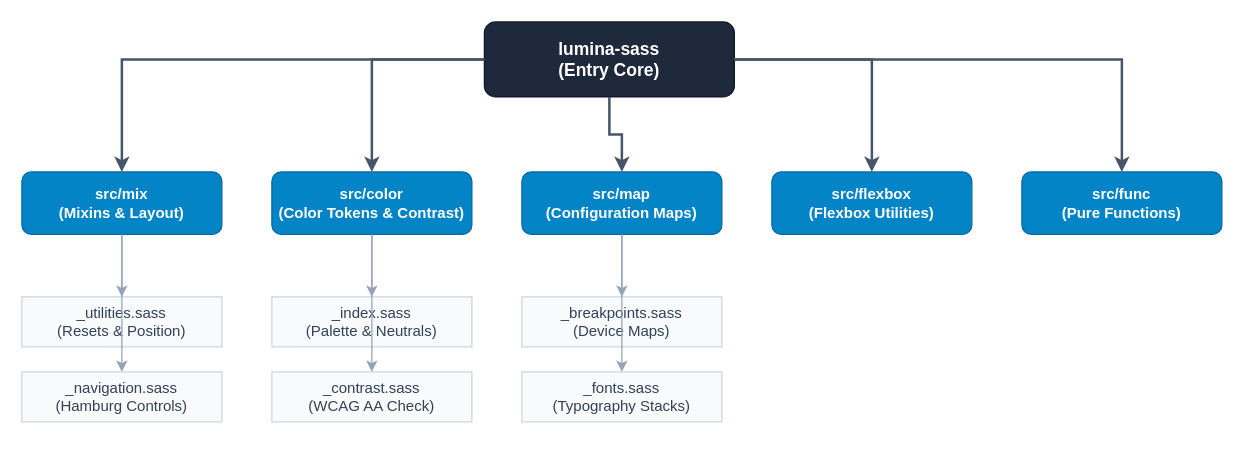
This is page "module-architecture" (4 of 4) of docs/developer/diagram.drawio from NexusWeave/ux-lumina-sass, a draw.io file, before an edit. Source tidied: cells renumbered, new cells numbered last; positions are measured from the earlier drawing's top-left corner, leaving out a move shared by most shapes. Both pictures are drawn from the tidied source at 125%, with x=0, y=0 at pixel (21, 21).
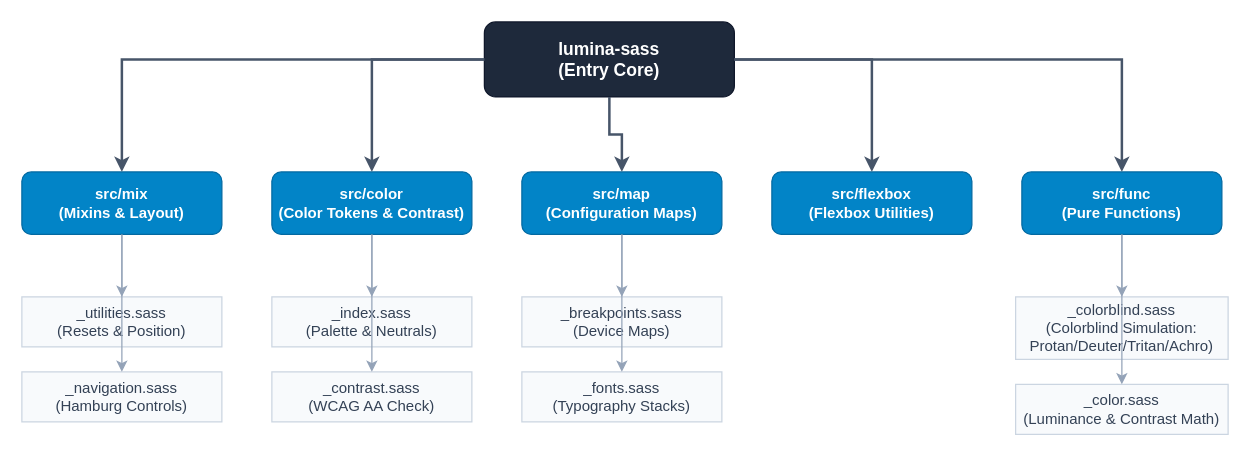
Above is the later version.

The change refers to these unchanged cells:
```xml
<mxCell id="7" value="src/func&#10;(Pure Functions)" style="rounded=1;whiteSpace=wrap;html=1;fillColor=#0284c7;strokeColor=#0369a1;fontColor=#ffffff;fontStyle=1;" parent="1" vertex="1">
  <mxGeometry x="800" y="120" width="160" height="50" as="geometry" />
</mxCell>
```

Change to the diagram source:
```diff
@@
+    <mxCell id="25" value="_colorblind.sass&#10;(Colorblind Simulation:&#10;Protan/Deuter/Tritan/Achro)" style="rounded=0;whiteSpace=wrap;html=1;fillColor=#f8fafc;strokeColor=#cbd5e1;fontColor=#334155;" parent="1" vertex="1">
+      <mxGeometry x="795" y="220" width="170" height="50" as="geometry" />
+    </mxCell>
+    <mxCell id="26" value="_color.sass&#10;(Luminance &amp; Contrast Math)" style="rounded=0;whiteSpace=wrap;html=1;fillColor=#f8fafc;strokeColor=#cbd5e1;fontColor=#334155;" parent="1" vertex="1">
+      <mxGeometry x="795" y="290" width="170" height="40" as="geometry" />
+    </mxCell>
+    <mxCell id="27" style="edgeStyle=orthogonalEdgeStyle;rounded=0;html=1;strokeColor=#94a3b8;" parent="1" edge="1" source="7" target="25">
+      <mxGeometry relative="1" as="geometry" />
+    </mxCell>
+    <mxCell id="28" style="edgeStyle=orthogonalEdgeStyle;rounded=0;html=1;strokeColor=#94a3b8;" parent="1" edge="1" source="7" target="26">
+      <mxGeometry relative="1" as="geometry" />
+    </mxCell>
```
